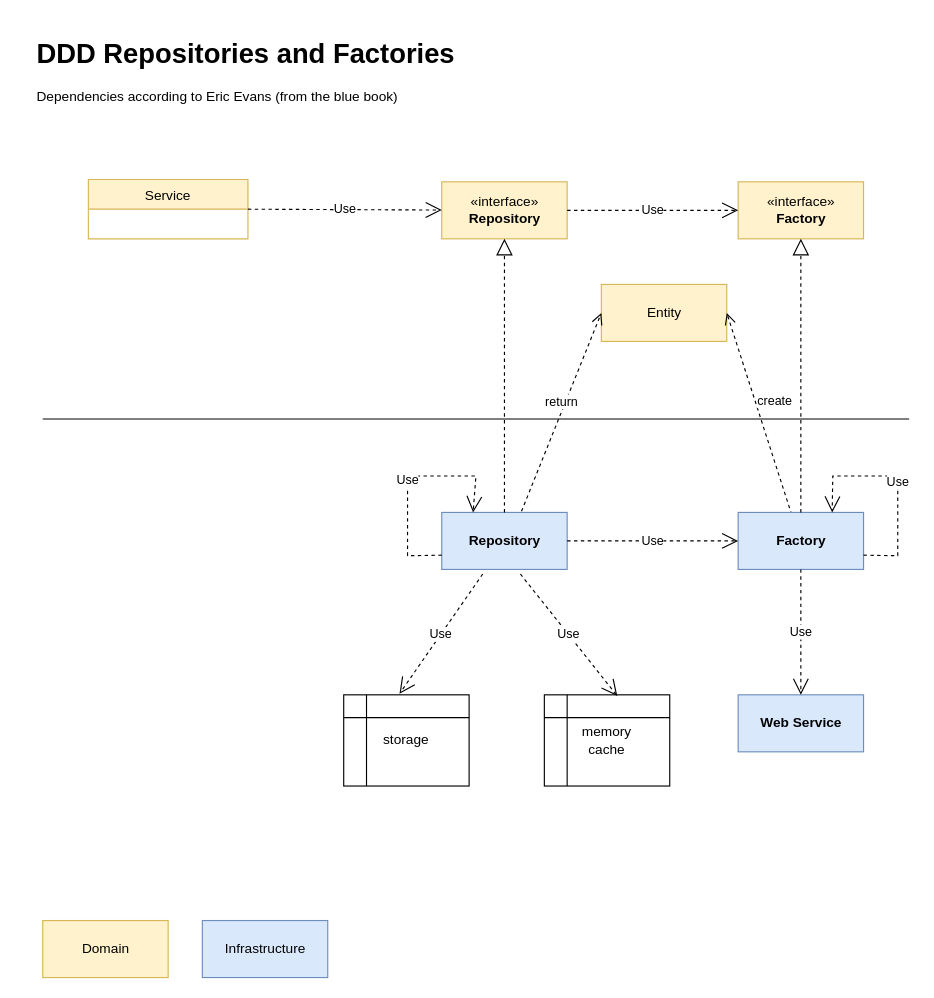
Above: DDD overview.drawio in franck-gaspoz/DDD (draw.io), before the change. Source tidied: cells renumbered, new cells numbered last; positions are measured from the earlier drawing's top-left corner, leaving out a move shared by most shapes. Both pictures are drawn from the tidied source at 114%, with x=0, y=0 at pixel (31, 31).
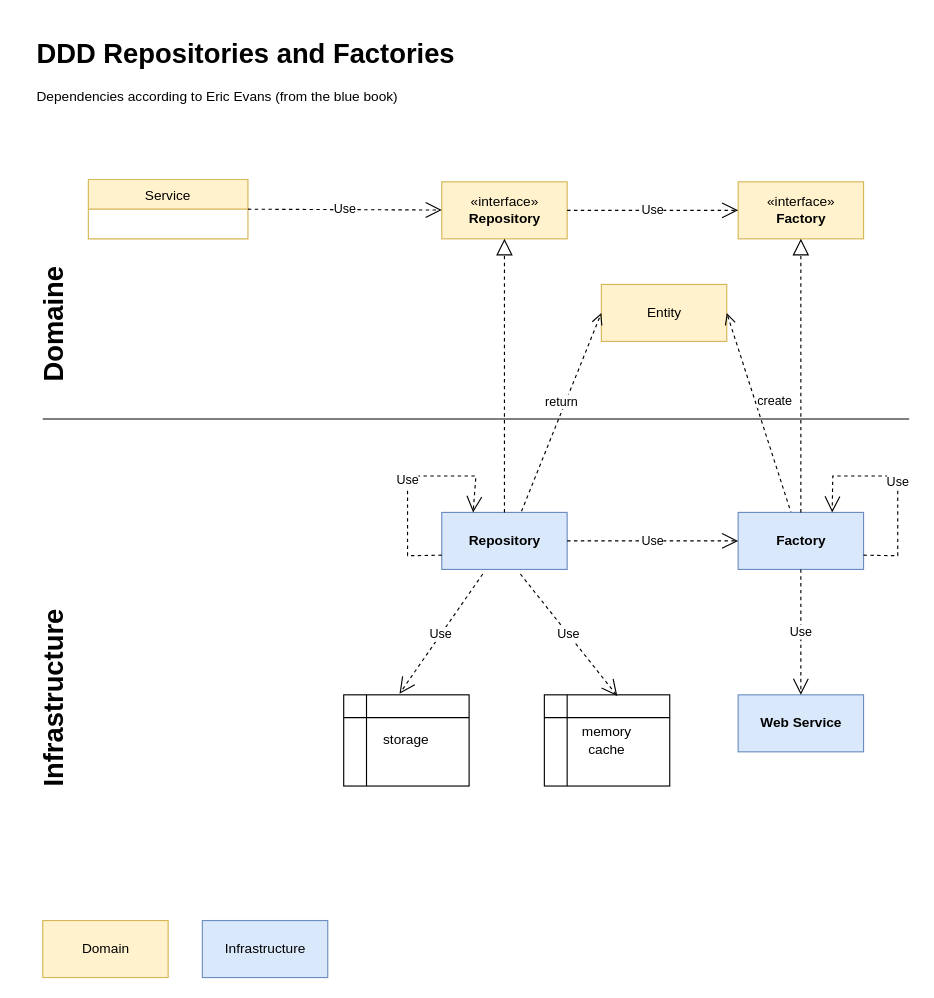
The same page after the edit.

Commit message:
Mettre à jour DDD overview.drawio

What changed in the source:
```diff
@@
+    <mxCell id="27" value="&lt;h1&gt;Domaine&lt;/h1&gt;" style="text;html=1;strokeColor=none;fillColor=none;align=center;verticalAlign=middle;whiteSpace=wrap;rounded=0;rotation=-90;" parent="1" vertex="1">
+      <mxGeometry x="-10" y="242" width="60" height="30" as="geometry" />
+    </mxCell>
+    <mxCell id="28" value="&lt;h1&gt;Infrastructure&lt;/h1&gt;" style="text;html=1;strokeColor=none;fillColor=none;align=center;verticalAlign=middle;whiteSpace=wrap;rounded=0;rotation=-90;" parent="1" vertex="1">
+      <mxGeometry x="-10" y="570" width="60" height="30" as="geometry" />
+    </mxCell>
```
